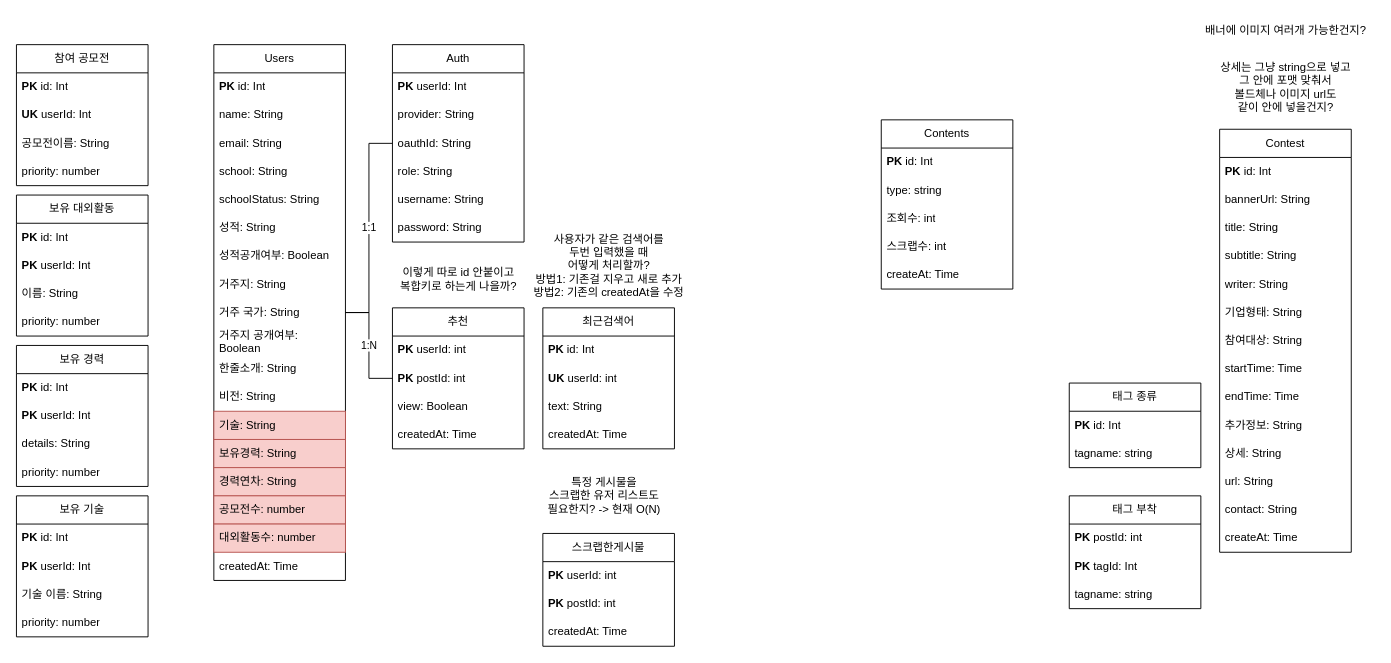
Earlier version of the draw.io diagram 인잡.drawio (oyc0401/spring). Source tidied: cells renumbered, new cells numbered last; positions are measured from the earlier drawing's top-left corner, leaving out a move shared by most shapes. Both pictures are drawn from the tidied source at 94%, with x=0, y=0 at pixel (16, 16).
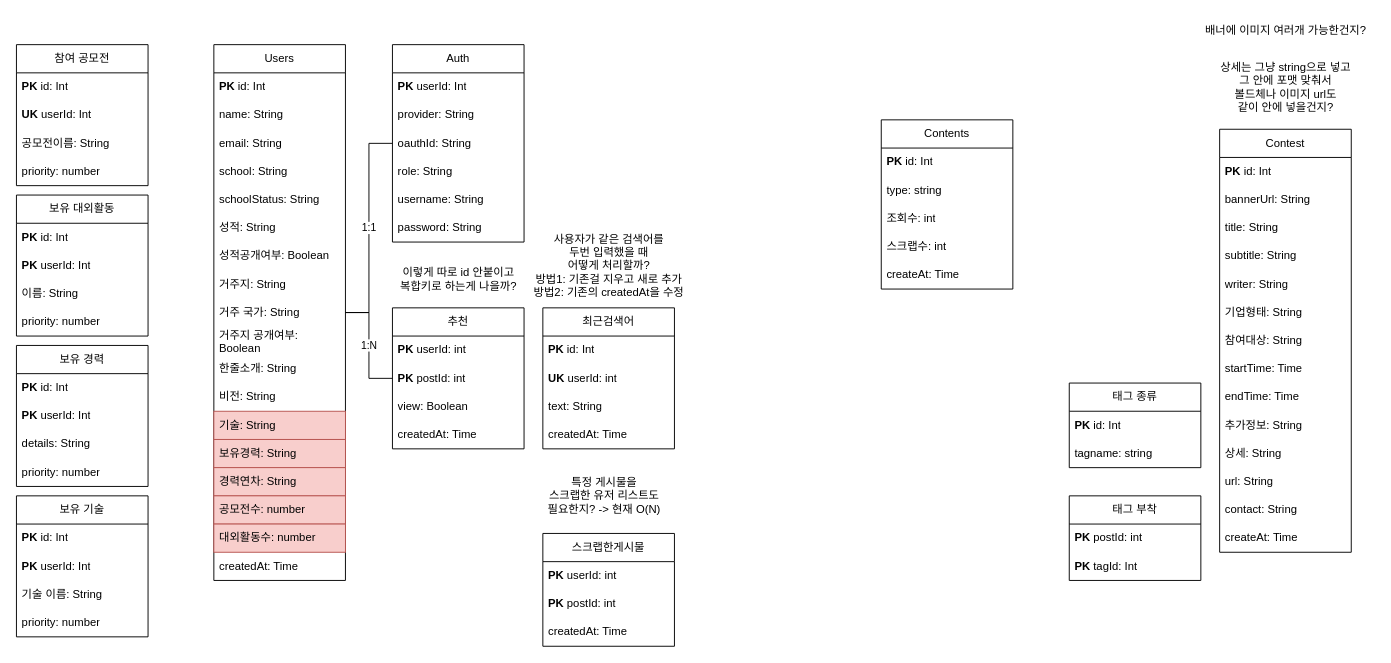
The same diagram, later.

Commit message:
인잡.drawio 업데이트

The edit, as a diff of the source:
```diff
@@
     <mxCell id="64" value="태그 부착" style="swimlane;fontStyle=0;horizontal=1;startSize=30;whiteSpace=wrap;html=1;" parent="1" vertex="1">
-      <mxGeometry x="1120" y="510" width="140" height="120" as="geometry" />
+      <mxGeometry x="1120" y="510" width="140" height="90" as="geometry" />
     </mxCell>
@@
-    <mxCell id="67" value="tagname: string" style="text;strokeColor=none;fillColor=none;align=left;verticalAlign=middle;spacingLeft=4;spacingRight=4;overflow=hidden;whiteSpace=wrap;html=1;" parent="64" vertex="1">
-      <mxGeometry y="90" width="140" height="30" as="geometry" />
-    </mxCell>
```
